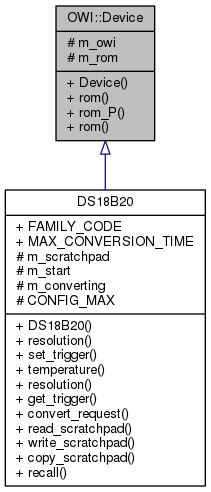
Before: Arduino-OWI/d7/db8/classOWI_1_1Device__inherit__graph.png, a diagram exported from Graphviz (mikaelpatel/mikaelpatel.github.io). Its source is kept beside it as Arduino-OWI/d7/db8/classOWI_1_1Device__inherit__graph.dot.
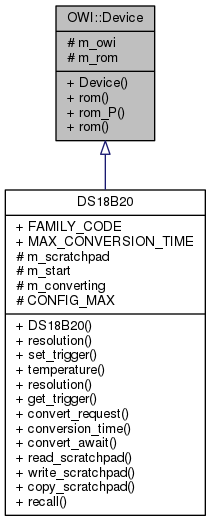
The same file after the commit.

Change to the diagram source:
```diff
@@ -4,5 +4,5 @@
   node [fontname="Helvetica",fontsize="10",shape=record];
   Node1 [label="{OWI::Device\n|# m_owi\l# m_rom\l|+ Device()\l+ rom()\l+ rom_P()\l+ rom()\l}",height=0.2,width=0.4,color="black", fillcolor="grey75", style="filled", fontcolor="black"];
   Node1 -> Node2 [dir="back",color="midnightblue",fontsize="10",style="solid",arrowtail="onormal",fontname="Helvetica"];
-  Node2 [label="{DS18B20\n|+ FAMILY_CODE\l+ MAX_CONVERSION_TIME\l# m_scratchpad\l# m_start\l# m_converting\l# CONFIG_MAX\l|+ DS18B20()\l+ resolution()\l+ set_trigger()\l+ temperature()\l+ resolution()\l+ get_trigger()\l+ convert_request()\l+ read_scratchpad()\l+ write_scratchpad()\l+ copy_scratchpad()\l+ recall()\l}",height=0.2,width=0.4,color="black", fillcolor="white", style="filled",URL="$da/dc6/classDS18B20.html"];
+  Node2 [label="{DS18B20\n|+ FAMILY_CODE\l+ MAX_CONVERSION_TIME\l# m_scratchpad\l# m_start\l# m_converting\l# CONFIG_MAX\l|+ DS18B20()\l+ resolution()\l+ set_trigger()\l+ temperature()\l+ resolution()\l+ get_trigger()\l+ convert_request()\l+ conversion_time()\l+ convert_await()\l+ read_scratchpad()\l+ write_scratchpad()\l+ copy_scratchpad()\l+ recall()\l}",height=0.2,width=0.4,color="black", fillcolor="white", style="filled",URL="$da/dc6/classDS18B20.html"];
 }
```
